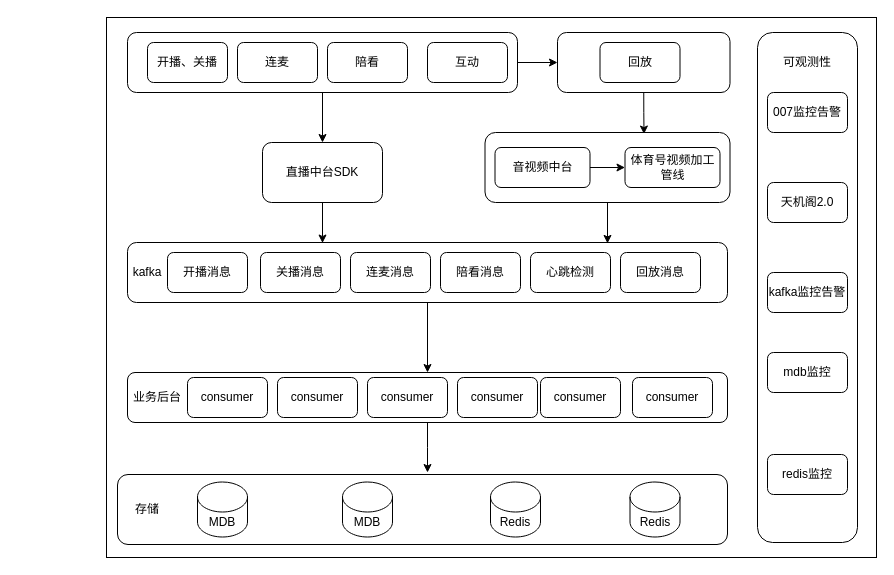
Before: 个人直播架构图.drawio in lixiangdaqian/diagrams, a draw.io diagram. Source tidied: cells renumbered, new cells numbered last; positions are measured from the earlier drawing's top-left corner, leaving out a move shared by most shapes. Both pictures are drawn from the tidied source at 100%, with x=0, y=0 at pixel (106, 17).
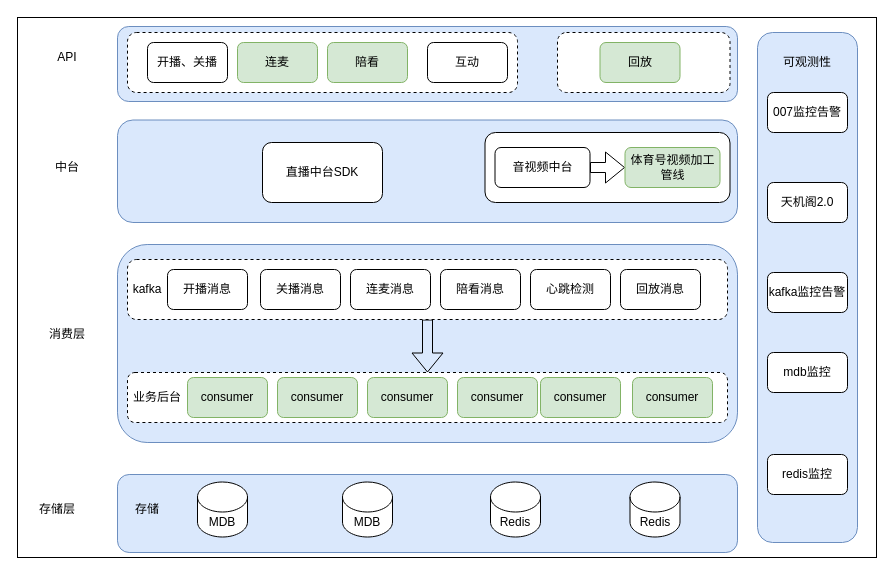
The same diagram, later.

Commit message:
Update 个人直播架构图.drawio

Unchanged cells that the change refers to:
```xml
<mxCell id="4" value="直播中台SDK" style="rounded=1;whiteSpace=wrap;html=1;" parent="1" vertex="1">
  <mxGeometry x="156" y="125" width="120" height="60" as="geometry" />
</mxCell>
<mxCell id="20" style="rounded=1;whiteSpace=wrap;html=1;" parent="1" vertex="1">
  <mxGeometry x="378.5" y="115" width="245" height="70" as="geometry" />
</mxCell>
<mxCell id="22" value="音视频中台" style="rounded=1;whiteSpace=wrap;html=1;" parent="1" vertex="1">
  <mxGeometry x="388.5" y="130" width="95" height="40" as="geometry" />
</mxCell>
```

What changed in the source:
```diff
@@
     <mxCell id="2" style="rounded=0;whiteSpace=wrap;html=1;" parent="1" vertex="1">
-      <mxGeometry width="770" height="540" as="geometry" />
+      <mxGeometry x="-89" width="859" height="540" as="geometry" />
     </mxCell>
-    <mxCell id="3" style="edgeStyle=orthogonalEdgeStyle;rounded=0;jettySize=auto;html=1;exitX=0.5;exitY=1;exitDx=0;exitDy=0;entryX=0.325;entryY=0.009;entryDx=0;entryDy=0;entryPerimeter=0;" parent="1" edge="1" source="4" target="13">
-      <mxGeometry relative="1" as="geometry" />
-    </mxCell>
+    <mxCell id="51" style="rounded=1;whiteSpace=wrap;html=1;fillColor=#dae8fc;strokeColor=#6c8ebf;" parent="1" vertex="1">
+      <mxGeometry x="11" y="9" width="620" height="75" as="geometry" />
+    </mxCell>
+    <mxCell id="52" style="rounded=1;whiteSpace=wrap;html=1;fillColor=#dae8fc;strokeColor=#6c8ebf;" parent="1" vertex="1">
+      <mxGeometry x="11" y="227" width="620" height="198" as="geometry" />
+    </mxCell>
+    <mxCell id="53" style="rounded=1;whiteSpace=wrap;html=1;fillColor=#dae8fc;strokeColor=#6c8ebf;" parent="1" vertex="1">
+      <mxGeometry x="11" y="102.5" width="620" height="102.5" as="geometry" />
+    </mxCell>
@@
-    <mxCell id="5" style="edgeStyle=orthogonalEdgeStyle;rounded=0;jettySize=auto;html=1;exitX=0.5;exitY=1;exitDx=0;exitDy=0;entryX=0.5;entryY=0;entryDx=0;entryDy=0;" parent="1" edge="1" source="7" target="4">
-      <mxGeometry relative="1" as="geometry" />
-    </mxCell>
-    <mxCell id="6" style="edgeStyle=orthogonalEdgeStyle;rounded=0;jettySize=auto;html=1;exitX=1;exitY=0.5;exitDx=0;exitDy=0;entryX=0;entryY=0.5;entryDx=0;entryDy=0;" parent="1" edge="1" source="7" target="25">
-      <mxGeometry relative="1" as="geometry" />
-    </mxCell>
-    <mxCell id="7" style="rounded=1;whiteSpace=wrap;html=1;" parent="1" vertex="1">
+    <mxCell id="7" style="rounded=1;whiteSpace=wrap;html=1;dashed=1;" parent="1" vertex="1">
       <mxGeometry x="21" y="15" width="390" height="60" as="geometry" />
     </mxCell>
@@
-    <mxCell id="9" value="连麦" style="rounded=1;whiteSpace=wrap;html=1;" parent="1" vertex="1">
+    <mxCell id="9" value="连麦" style="rounded=1;whiteSpace=wrap;html=1;fillColor=#d5e8d4;strokeColor=#82b366;" parent="1" vertex="1">
       <mxGeometry x="131" y="25" width="80" height="40" as="geometry" />
     </mxCell>
-    <mxCell id="10" value="陪看" style="rounded=1;whiteSpace=wrap;html=1;" parent="1" vertex="1">
+    <mxCell id="10" value="陪看" style="rounded=1;whiteSpace=wrap;html=1;fillColor=#d5e8d4;strokeColor=#82b366;" parent="1" vertex="1">
       <mxGeometry x="221" y="25" width="80" height="40" as="geometry" />
     </mxCell>
@@
-    <mxCell id="12" style="edgeStyle=orthogonalEdgeStyle;rounded=0;jettySize=auto;html=1;exitX=0.5;exitY=1;exitDx=0;exitDy=0;entryX=0.5;entryY=0;entryDx=0;entryDy=0;" parent="1" edge="1" source="13" target="15">
+    <mxCell id="12" style="edgeStyle=orthogonalEdgeStyle;rounded=0;jettySize=auto;html=1;exitX=0.5;exitY=1;exitDx=0;exitDy=0;entryX=0.5;entryY=0;entryDx=0;entryDy=0;shape=flexArrow;" parent="1" edge="1" source="13" target="15">
       <mxGeometry relative="1" as="geometry" />
     </mxCell>
-    <mxCell id="13" style="rounded=1;whiteSpace=wrap;html=1;" parent="1" vertex="1">
-      <mxGeometry x="21" y="225" width="600" height="60" as="geometry" />
+    <mxCell id="13" style="rounded=1;whiteSpace=wrap;html=1;dashed=1;" parent="1" vertex="1">
+      <mxGeometry x="21" y="242" width="600" height="60" as="geometry" />
     </mxCell>
-    <mxCell id="14" style="edgeStyle=orthogonalEdgeStyle;rounded=0;jettySize=auto;html=1;exitX=0.5;exitY=1;exitDx=0;exitDy=0;" parent="1" edge="1" source="15">
-      <mxGeometry relative="1" as="geometry">
-        <mxPoint x="321" y="455" as="targetPoint" />
-      </mxGeometry>
-    </mxCell>
-    <mxCell id="15" style="rounded=1;whiteSpace=wrap;html=1;" parent="1" vertex="1">
+    <mxCell id="15" style="rounded=1;whiteSpace=wrap;html=1;dashed=1;" parent="1" vertex="1">
       <mxGeometry x="21" y="355" width="600" height="50" as="geometry" />
     </mxCell>
-    <mxCell id="16" style="rounded=1;whiteSpace=wrap;html=1;" parent="1" vertex="1">
-      <mxGeometry x="11" y="457" width="610" height="70" as="geometry" />
+    <mxCell id="16" style="rounded=1;whiteSpace=wrap;html=1;fillColor=#dae8fc;strokeColor=#6c8ebf;" parent="1" vertex="1">
+      <mxGeometry x="11" y="457" width="620" height="78" as="geometry" />
     </mxCell>
@@
-    <mxCell id="19" style="edgeStyle=orthogonalEdgeStyle;rounded=0;jettySize=auto;html=1;exitX=0.5;exitY=1;exitDx=0;exitDy=0;entryX=0.8;entryY=0.015;entryDx=0;entryDy=0;entryPerimeter=0;" parent="1" edge="1" source="20" target="13">
-      <mxGeometry relative="1" as="geometry" />
-    </mxCell>
@@
-    <mxCell id="21" style="edgeStyle=orthogonalEdgeStyle;rounded=0;jettySize=auto;html=1;exitX=1;exitY=0.5;exitDx=0;exitDy=0;entryX=0;entryY=0.5;entryDx=0;entryDy=0;" parent="1" edge="1" source="22" target="23">
+    <mxCell id="21" style="edgeStyle=orthogonalEdgeStyle;rounded=0;jettySize=auto;html=1;exitX=1;exitY=0.5;exitDx=0;exitDy=0;entryX=0;entryY=0.5;entryDx=0;entryDy=0;shape=flexArrow;" parent="1" edge="1" source="22" target="23">
       <mxGeometry relative="1" as="geometry" />
     </mxCell>
@@
-    <mxCell id="23" value="体育号视频加工管线" style="rounded=1;whiteSpace=wrap;html=1;" parent="1" vertex="1">
+    <mxCell id="23" value="体育号视频加工管线" style="rounded=1;whiteSpace=wrap;html=1;fillColor=#d5e8d4;strokeColor=#82b366;" parent="1" vertex="1">
       <mxGeometry x="518.5" y="130" width="95" height="40" as="geometry" />
     </mxCell>
-    <mxCell id="24" style="edgeStyle=orthogonalEdgeStyle;rounded=0;jettySize=auto;html=1;exitX=0.5;exitY=1;exitDx=0;exitDy=0;entryX=0.649;entryY=0.022;entryDx=0;entryDy=0;entryPerimeter=0;" parent="1" edge="1" source="25" target="20">
-      <mxGeometry relative="1" as="geometry" />
-    </mxCell>
-    <mxCell id="25" style="rounded=1;whiteSpace=wrap;html=1;" parent="1" vertex="1">
+    <mxCell id="25" style="rounded=1;whiteSpace=wrap;html=1;dashed=1;" parent="1" vertex="1">
       <mxGeometry x="451" y="15" width="172.5" height="60" as="geometry" />
     </mxCell>
-    <mxCell id="26" value="回放" style="rounded=1;whiteSpace=wrap;html=1;" parent="1" vertex="1">
+    <mxCell id="26" value="回放" style="rounded=1;whiteSpace=wrap;html=1;fillColor=#d5e8d4;strokeColor=#82b366;" parent="1" vertex="1">
       <mxGeometry x="493.5" y="25" width="80" height="40" as="geometry" />
     </mxCell>
-    <mxCell id="27" value="consumer" style="rounded=1;whiteSpace=wrap;html=1;" parent="1" vertex="1">
+    <mxCell id="27" value="consumer" style="rounded=1;whiteSpace=wrap;html=1;fillColor=#d5e8d4;strokeColor=#82b366;" parent="1" vertex="1">
       <mxGeometry x="81" y="360" width="80" height="40" as="geometry" />
     </mxCell>
     <mxCell id="28" value="关播消息" style="rounded=1;whiteSpace=wrap;html=1;" parent="1" vertex="1">
-      <mxGeometry x="154" y="235" width="80" height="40" as="geometry" />
+      <mxGeometry x="154" y="252" width="80" height="40" as="geometry" />
     </mxCell>
     <mxCell id="29" value="连麦消息" style="rounded=1;whiteSpace=wrap;html=1;" parent="1" vertex="1">
-      <mxGeometry x="244" y="235" width="80" height="40" as="geometry" />
+      <mxGeometry x="244" y="252" width="80" height="40" as="geometry" />
     </mxCell>
     <mxCell id="30" value="陪看消息" style="rounded=1;whiteSpace=wrap;html=1;" parent="1" vertex="1">
-      <mxGeometry x="334" y="235" width="80" height="40" as="geometry" />
+      <mxGeometry x="334" y="252" width="80" height="40" as="geometry" />
     </mxCell>
     <mxCell id="31" value="心跳检测" style="rounded=1;whiteSpace=wrap;html=1;" parent="1" vertex="1">
-      <mxGeometry x="424" y="235" width="80" height="40" as="geometry" />
+      <mxGeometry x="424" y="252" width="80" height="40" as="geometry" />
     </mxCell>
     <mxCell id="32" value="回放消息" style="rounded=1;whiteSpace=wrap;html=1;" parent="1" vertex="1">
-      <mxGeometry x="514" y="235" width="80" height="40" as="geometry" />
+      <mxGeometry x="514" y="252" width="80" height="40" as="geometry" />
     </mxCell>
     <mxCell id="33" value="kafka" style="text;html=1;strokeColor=none;fillColor=none;align=center;verticalAlign=middle;whiteSpace=wrap;rounded=0;" parent="1" vertex="1">
-      <mxGeometry x="11" y="240" width="60" height="30" as="geometry" />
+      <mxGeometry x="11" y="257" width="60" height="30" as="geometry" />
     </mxCell>
-    <mxCell id="34" value="consumer" style="rounded=1;whiteSpace=wrap;html=1;" parent="1" vertex="1">
+    <mxCell id="34" value="consumer" style="rounded=1;whiteSpace=wrap;html=1;fillColor=#d5e8d4;strokeColor=#82b366;" parent="1" vertex="1">
       <mxGeometry x="171" y="360" width="80" height="40" as="geometry" />
     </mxCell>
-    <mxCell id="35" value="consumer" style="rounded=1;whiteSpace=wrap;html=1;" parent="1" vertex="1">
+    <mxCell id="35" value="consumer" style="rounded=1;whiteSpace=wrap;html=1;fillColor=#d5e8d4;strokeColor=#82b366;" parent="1" vertex="1">
       <mxGeometry x="261" y="360" width="80" height="40" as="geometry" />
     </mxCell>
-    <mxCell id="36" value="consumer" style="rounded=1;whiteSpace=wrap;html=1;" parent="1" vertex="1">
+    <mxCell id="36" value="consumer" style="rounded=1;whiteSpace=wrap;html=1;fillColor=#d5e8d4;strokeColor=#82b366;" parent="1" vertex="1">
       <mxGeometry x="351" y="360" width="80" height="40" as="geometry" />
     </mxCell>
-    <mxCell id="37" value="consumer" style="rounded=1;whiteSpace=wrap;html=1;" parent="1" vertex="1">
+    <mxCell id="37" value="consumer" style="rounded=1;whiteSpace=wrap;html=1;fillColor=#d5e8d4;strokeColor=#82b366;" parent="1" vertex="1">
       <mxGeometry x="526" y="360" width="80" height="40" as="geometry" />
     </mxCell>
     <mxCell id="38" value="开播消息" style="rounded=1;whiteSpace=wrap;html=1;" parent="1" vertex="1">
-      <mxGeometry x="61" y="235" width="80" height="40" as="geometry" />
+      <mxGeometry x="61" y="252" width="80" height="40" as="geometry" />
     </mxCell>
-    <mxCell id="39" value="consumer" style="rounded=1;whiteSpace=wrap;html=1;" parent="1" vertex="1">
+    <mxCell id="39" value="consumer" style="rounded=1;whiteSpace=wrap;html=1;fillColor=#d5e8d4;strokeColor=#82b366;" parent="1" vertex="1">
       <mxGeometry x="434" y="360" width="80" height="40" as="geometry" />
     </mxCell>
@@
-    <mxCell id="44" style="rounded=1;whiteSpace=wrap;html=1;" parent="1" vertex="1">
+    <mxCell id="44" style="rounded=1;whiteSpace=wrap;html=1;fillColor=#dae8fc;strokeColor=#6c8ebf;" parent="1" vertex="1">
       <mxGeometry x="651" y="15" width="100" height="510" as="geometry" />
     </mxCell>
@@
+    <mxCell id="54" value="API" style="text;html=1;strokeColor=none;fillColor=none;align=center;verticalAlign=middle;whiteSpace=wrap;rounded=0;" parent="1" vertex="1">
+      <mxGeometry x="-69" y="25" width="60" height="30" as="geometry" />
+    </mxCell>
+    <mxCell id="55" value="存储层" style="text;html=1;strokeColor=none;fillColor=none;align=center;verticalAlign=middle;whiteSpace=wrap;rounded=0;" parent="1" vertex="1">
+      <mxGeometry x="-79" y="477" width="60" height="30" as="geometry" />
+    </mxCell>
+    <mxCell id="56" value="中台" style="text;html=1;strokeColor=none;fillColor=none;align=center;verticalAlign=middle;whiteSpace=wrap;rounded=0;" parent="1" vertex="1">
+      <mxGeometry x="-69" y="135" width="60" height="30" as="geometry" />
+    </mxCell>
+    <mxCell id="57" value="消费层" style="text;html=1;strokeColor=none;fillColor=none;align=center;verticalAlign=middle;whiteSpace=wrap;rounded=0;" parent="1" vertex="1">
+      <mxGeometry x="-69" y="302" width="60" height="30" as="geometry" />
+    </mxCell>
```
